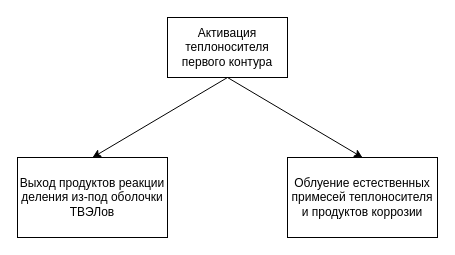
The draw.io diagram practice/presentation/activasion_model.drawio in GolovPavel/diploma_golov, before the edit. Source tidied: cells renumbered, new cells numbered last; positions are measured from the earlier drawing's top-left corner, leaving out a move shared by most shapes. Both pictures are drawn from the tidied source at 100%, with x=0, y=0 at pixel (17, 17).
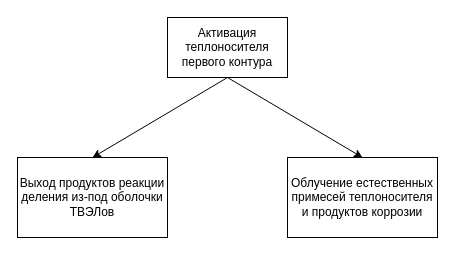
Above is the later version.

The edit, as a diff of the source:
```diff
@@
 <mxGraphModel>
   <root>
     <mxCell id="0" />
     <mxCell id="1" parent="0" />
     <mxCell id="2" value="Активация теплоносителя первого контура" style="rounded=0;whiteSpace=wrap;html=1;" parent="1" vertex="1">
       <mxGeometry x="150" width="120" height="60" as="geometry" />
     </mxCell>
-    <mxCell id="3" value="Облуение естественных примесей теплоносителя и продуктов коррозии" style="rounded=0;whiteSpace=wrap;html=1;" parent="1" vertex="1">
+    <mxCell id="3" value="Облучение естественных примесей теплоносителя и продуктов коррозии" style="rounded=0;whiteSpace=wrap;html=1;" parent="1" vertex="1">
       <mxGeometry x="270" y="140" width="150" height="80" as="geometry" />
     </mxCell>
     <mxCell id="4" value="Выход продуктов реакции деления из-под оболочки ТВЭЛов" style="rounded=0;whiteSpace=wrap;html=1;" parent="1" vertex="1">
       <mxGeometry y="140" width="150" height="80" as="geometry" />
     </mxCell>
     <mxCell id="5" style="endArrow=classic;html=1;entryX=0.5;entryY=0;entryDx=0;entryDy=0;exitX=0.5;exitY=1;exitDx=0;exitDy=0;" parent="1" edge="1" source="2" target="4">
       <mxGeometry relative="1" as="geometry" />
     </mxCell>
     <mxCell id="6" style="endArrow=classic;html=1;entryX=0.5;entryY=0;entryDx=0;entryDy=0;exitX=0.5;exitY=1;exitDx=0;exitDy=0;" parent="1" edge="1" source="2" target="3">
       <mxGeometry relative="1" as="geometry" />
     </mxCell>
   </root>
 </mxGraphModel>
```
